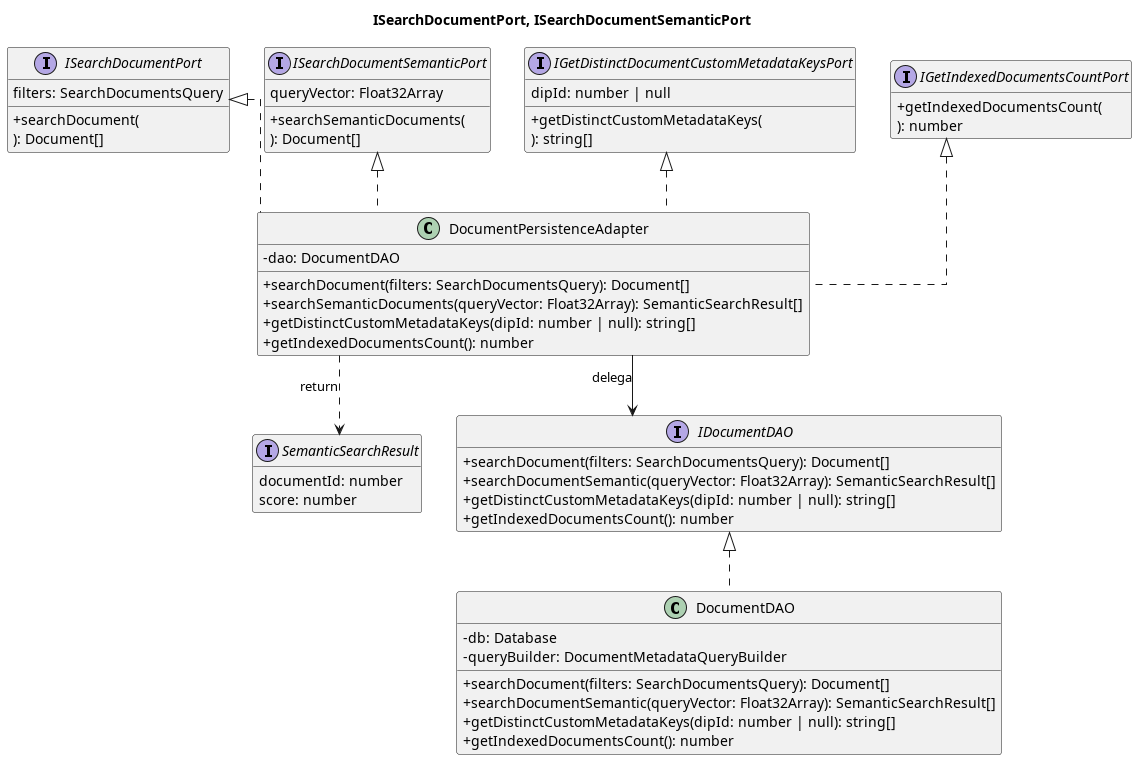
Earlier version of the PlantUML export out/3_PB/DocumentiEsterni/DiagrammiSpecificaTecnica/C4/C4_backend_Search/C4_backend_Search-8.png (7-ZPUs/Docs).
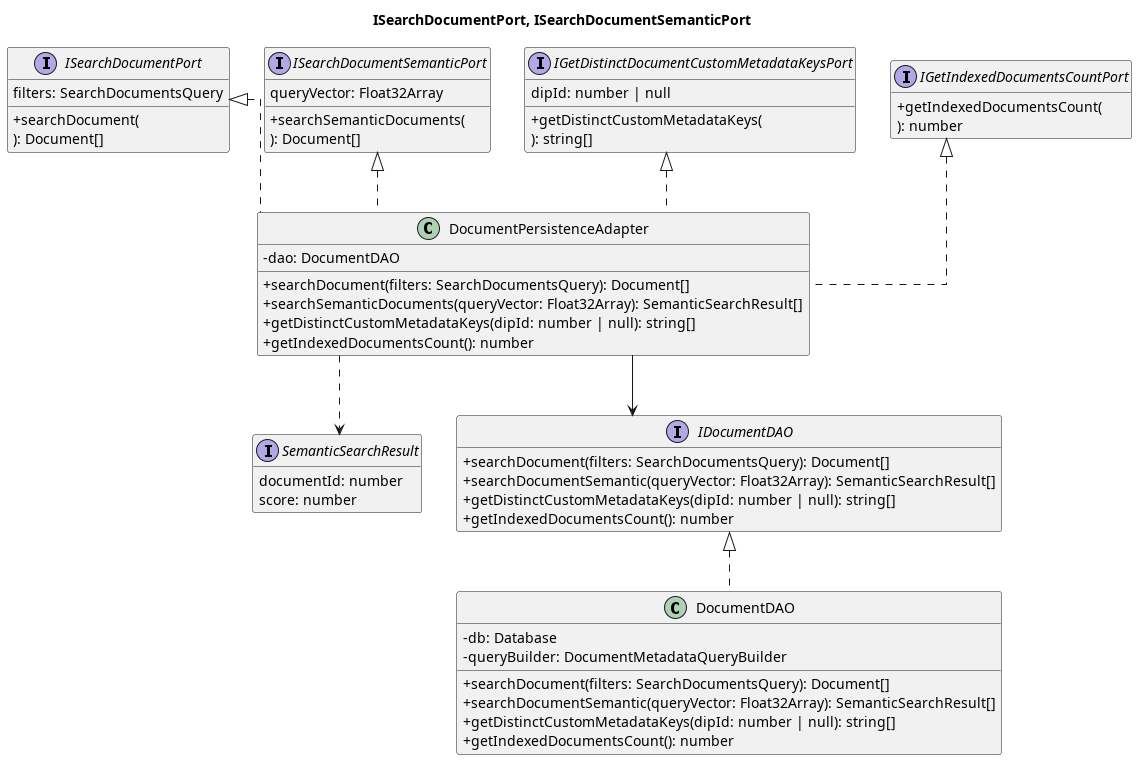
After the commit.

Diff of the diagram source:
```diff
@@ -57,7 +57,7 @@
     + getIndexedDocumentsCount(): number
 }
 
-DocumentPersistenceAdapter --> IDocumentDAO : delega
-DocumentPersistenceAdapter ..> SemanticSearchResult : return
+DocumentPersistenceAdapter --> IDocumentDAO
+DocumentPersistenceAdapter ..> SemanticSearchResult
 
 @enduml
```
